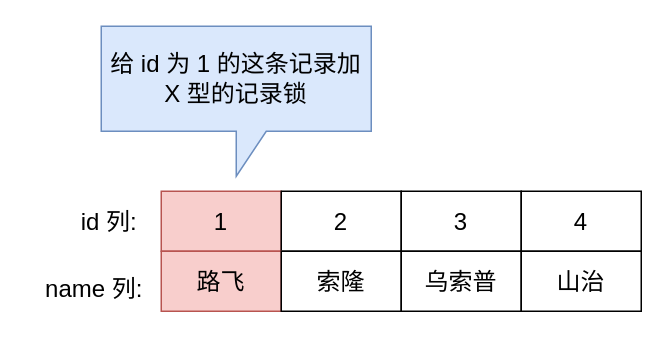
xiaolincoder/ImageHost4 keeps this draw.io diagram as mysql/lock/记录锁.drawio. Above is the earlier version. Source tidied: cells renumbered, new cells numbered last; positions are measured from the earlier drawing's top-left corner, leaving out a move shared by most shapes. Both pictures are drawn from the tidied source at 150%, with x=0, y=0 at pixel (26, 26).
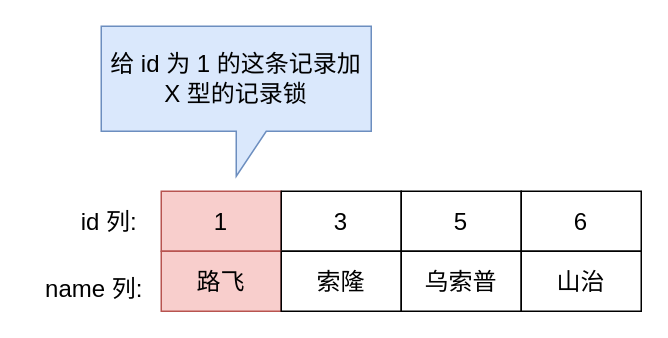
The same diagram, later.

Commit message (it also covers changes not shown here):
更新记录锁.drawio

Change to the diagram source:
```diff
@@
 <mxGraphModel>
   <root>
     <mxCell id="0" />
     <mxCell id="1" parent="0" />
     <mxCell id="2" value="1" style="rounded=0;whiteSpace=wrap;html=1;fontSize=16;fillColor=#f8cecc;strokeColor=#b85450;" parent="1" vertex="1">
       <mxGeometry x="90" y="110" width="80" height="40" as="geometry" />
     </mxCell>
-    <mxCell id="3" value="2" style="rounded=0;whiteSpace=wrap;html=1;fontSize=16;" parent="1" vertex="1">
+    <mxCell id="3" value="3" style="rounded=0;whiteSpace=wrap;html=1;fontSize=16;" parent="1" vertex="1">
       <mxGeometry x="170" y="110" width="80" height="40" as="geometry" />
     </mxCell>
-    <mxCell id="4" value="3" style="rounded=0;whiteSpace=wrap;html=1;fontSize=16;" parent="1" vertex="1">
+    <mxCell id="4" value="5" style="rounded=0;whiteSpace=wrap;html=1;fontSize=16;" parent="1" vertex="1">
       <mxGeometry x="250" y="110" width="80" height="40" as="geometry" />
     </mxCell>
-    <mxCell id="5" value="4" style="rounded=0;whiteSpace=wrap;html=1;fontSize=16;" parent="1" vertex="1">
+    <mxCell id="5" value="6" style="rounded=0;whiteSpace=wrap;html=1;fontSize=16;" parent="1" vertex="1">
       <mxGeometry x="330" y="110" width="80" height="40" as="geometry" />
     </mxCell>
     <mxCell id="6" value="路飞" style="rounded=0;whiteSpace=wrap;html=1;fontSize=16;fillColor=#f8cecc;strokeColor=#b85450;" parent="1" vertex="1">
       <mxGeometry x="90" y="150" width="80" height="40" as="geometry" />
     </mxCell>
     <mxCell id="7" value="索隆" style="rounded=0;whiteSpace=wrap;html=1;fontSize=16;" parent="1" vertex="1">
       <mxGeometry x="170" y="150" width="80" height="40" as="geometry" />
     </mxCell>
     <mxCell id="8" value="乌索普" style="rounded=0;whiteSpace=wrap;html=1;fontSize=16;" parent="1" vertex="1">
       <mxGeometry x="250" y="150" width="80" height="40" as="geometry" />
     </mxCell>
     <mxCell id="9" value="山治" style="rounded=0;whiteSpace=wrap;html=1;fontSize=16;" parent="1" vertex="1">
       <mxGeometry x="330" y="150" width="80" height="40" as="geometry" />
     </mxCell>
     <mxCell id="10" value="id 列:" style="text;html=1;align=center;verticalAlign=middle;strokeColor=none;fillColor=none;fontSize=16;" parent="1" vertex="1">
       <mxGeometry x="25" y="115" width="60" height="30" as="geometry" />
     </mxCell>
     <mxCell id="11" value="name 列:" style="text;html=1;align=center;verticalAlign=middle;strokeColor=none;fillColor=none;fontSize=16;" parent="1" vertex="1">
       <mxGeometry y="160" width="90" height="30" as="geometry" />
     </mxCell>
     <mxCell id="12" value="给 id 为 1 的这条记录加 X 型的记录锁" style="shape=callout;whiteSpace=wrap;html=1;perimeter=calloutPerimeter;fontSize=16;fillColor=#dae8fc;strokeColor=#6c8ebf;" parent="1" vertex="1">
       <mxGeometry x="50" width="180" height="100" as="geometry" />
     </mxCell>
   </root>
 </mxGraphModel>
```
